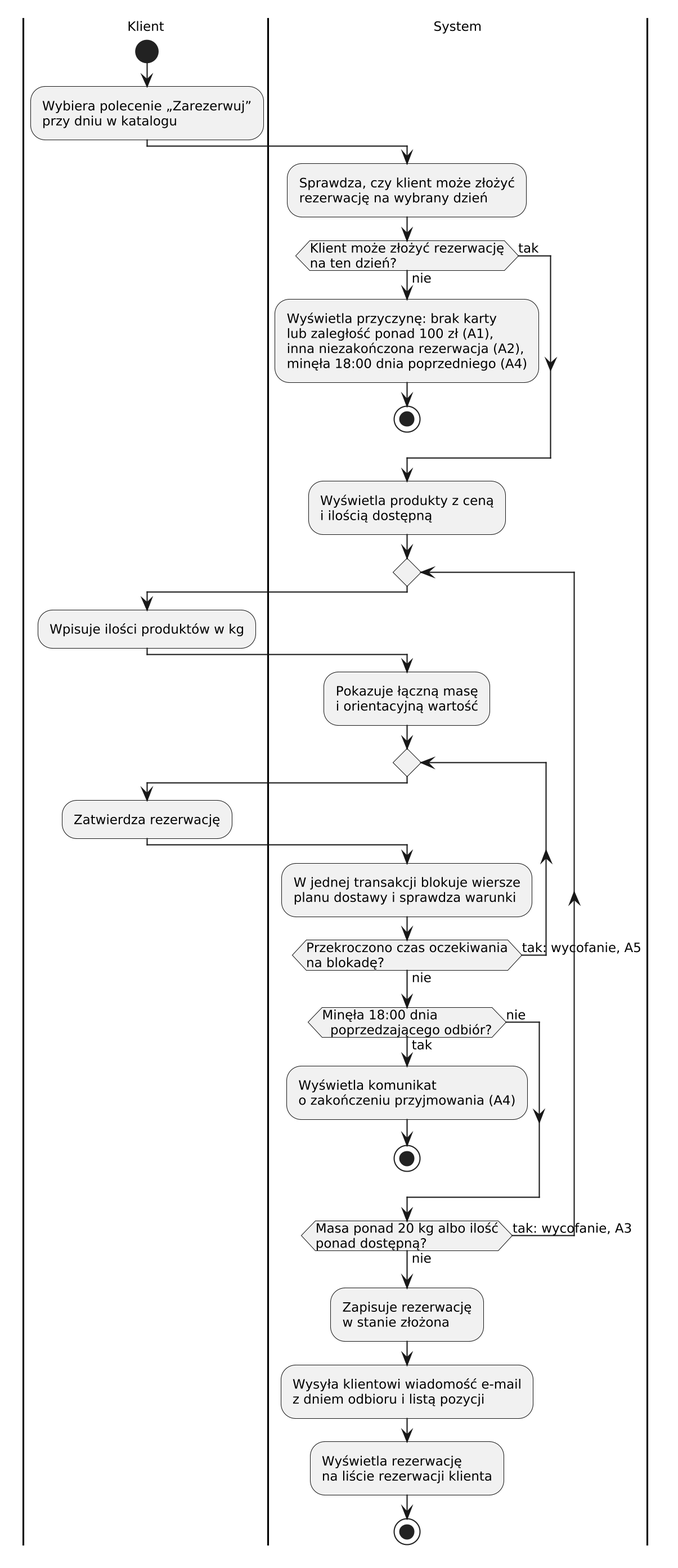
This is dokumentacja/rysunki/diagramy/czynnosci-pu08-zlozenie-rezerwacji.png from Kariseks/internetowe_bazy_danych, a PlantUML export, as it was before one commit. The source it was exported from:
```plantuml
@startuml czynnosci-pu08-zlozenie-rezerwacji
skinparam monochrome true
skinparam shadowing false
skinparam dpi 200
skinparam defaultFontName DejaVu Sans
skinparam defaultFontSize 11

|Klient|
start
:Wybiera polecenie „Zarezerwuj”
przy dniu w katalogu;
|System|
:Sprawdza, czy klient może złożyć
rezerwację na wybrany dzień;
if (Klient może złożyć rezerwację
na ten dzień?) then (nie)
  :Wyświetla przyczynę: brak karty
  lub zaległość ponad 100 zł (A1),
  inna niezakończona rezerwacja (A2),
  minęła 18:00 dnia poprzedniego (A4);
  stop
else (tak)
endif
:Wyświetla produkty z ceną
i ilością dostępną;
repeat
  |Klient|
  :Wpisuje ilości produktów w kg;
  |System|
  :Pokazuje łączną masę
  i orientacyjną wartość;
  repeat
    |Klient|
    :Zatwierdza rezerwację;
    |System|
    :W jednej transakcji blokuje wiersze
    planu dostawy i sprawdza warunki;
  repeat while (Przekroczono czas oczekiwania\nna blokadę?) is (tak: wycofanie, A5) not (nie)
  if (Minęła 18:00 dnia
  poprzedzającego odbiór?) then (tak)
    :Wyświetla komunikat
    o zakończeniu przyjmowania (A4);
    stop
  else (nie)
  endif
repeat while (Masa ponad 20 kg albo ilość\nponad dostępną?) is (tak: wycofanie, A3) not (nie)
:Zapisuje rezerwację
w stanie złożona;
:Wysyła klientowi wiadomość e-mail
z dniem odbioru i listą pozycji;
:Wyświetla rezerwację
na liście rezerwacji klienta;
stop
@enduml
```
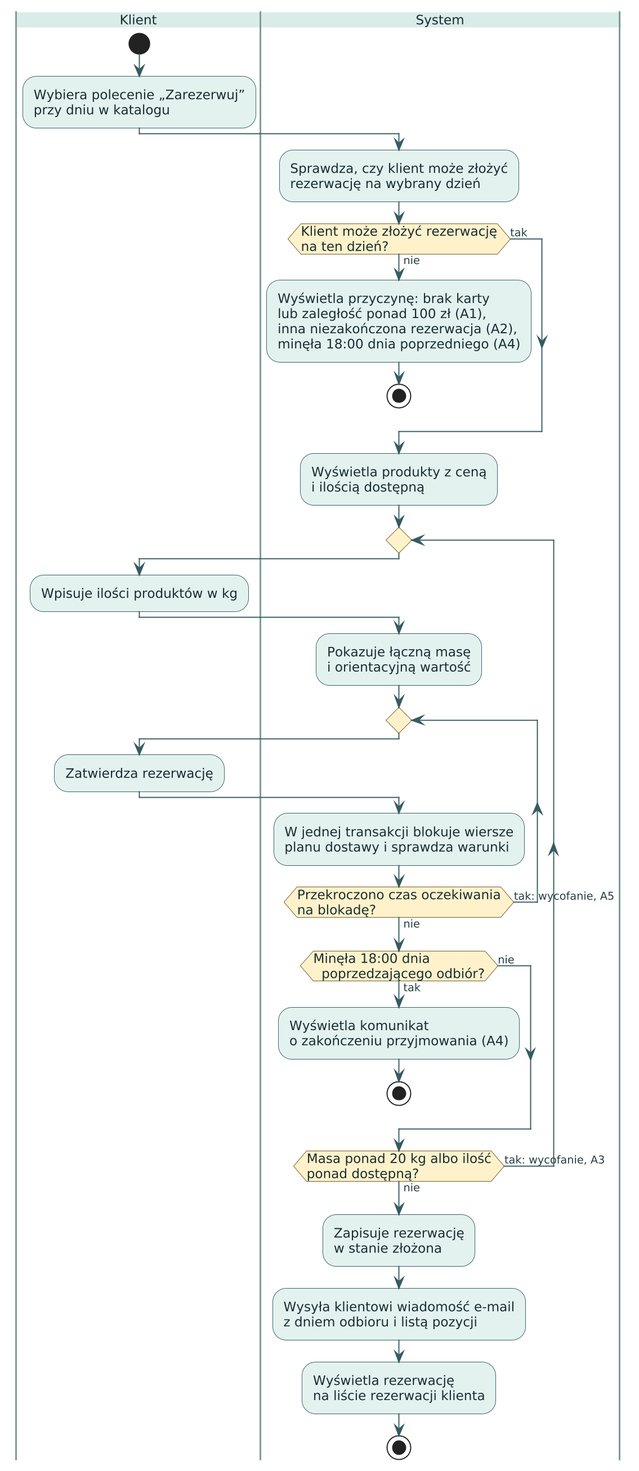
The same diagram one commit later.

Diff of the diagram source:
```diff
@@ -1,9 +1,5 @@
 @startuml czynnosci-pu08-zlozenie-rezerwacji
-skinparam monochrome true
-skinparam shadowing false
-skinparam dpi 200
-skinparam defaultFontName DejaVu Sans
-skinparam defaultFontSize 11
+!include styl.iuml
 
 |Klient|
 start
```
